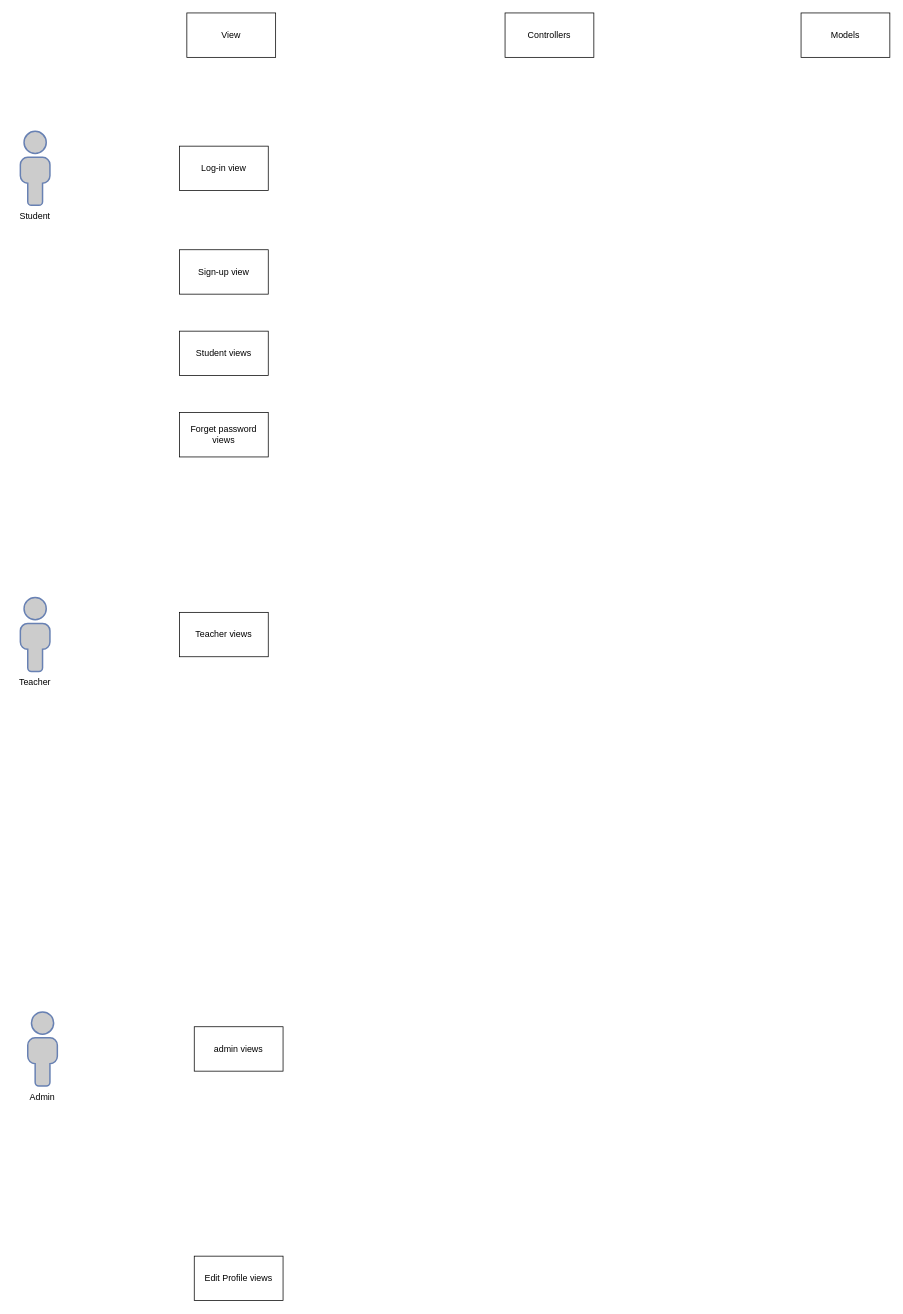
Abbsokhan/Abbasokhan keeps this draw.io diagram as Untitled Diagram.drawio. Above is the earlier version. Source tidied: cells renumbered, new cells numbered last; positions are measured from the earlier drawing's top-left corner, leaving out a move shared by most shapes. Both pictures are drawn from the tidied source at 74%, with x=0, y=0 at pixel (13, 13).
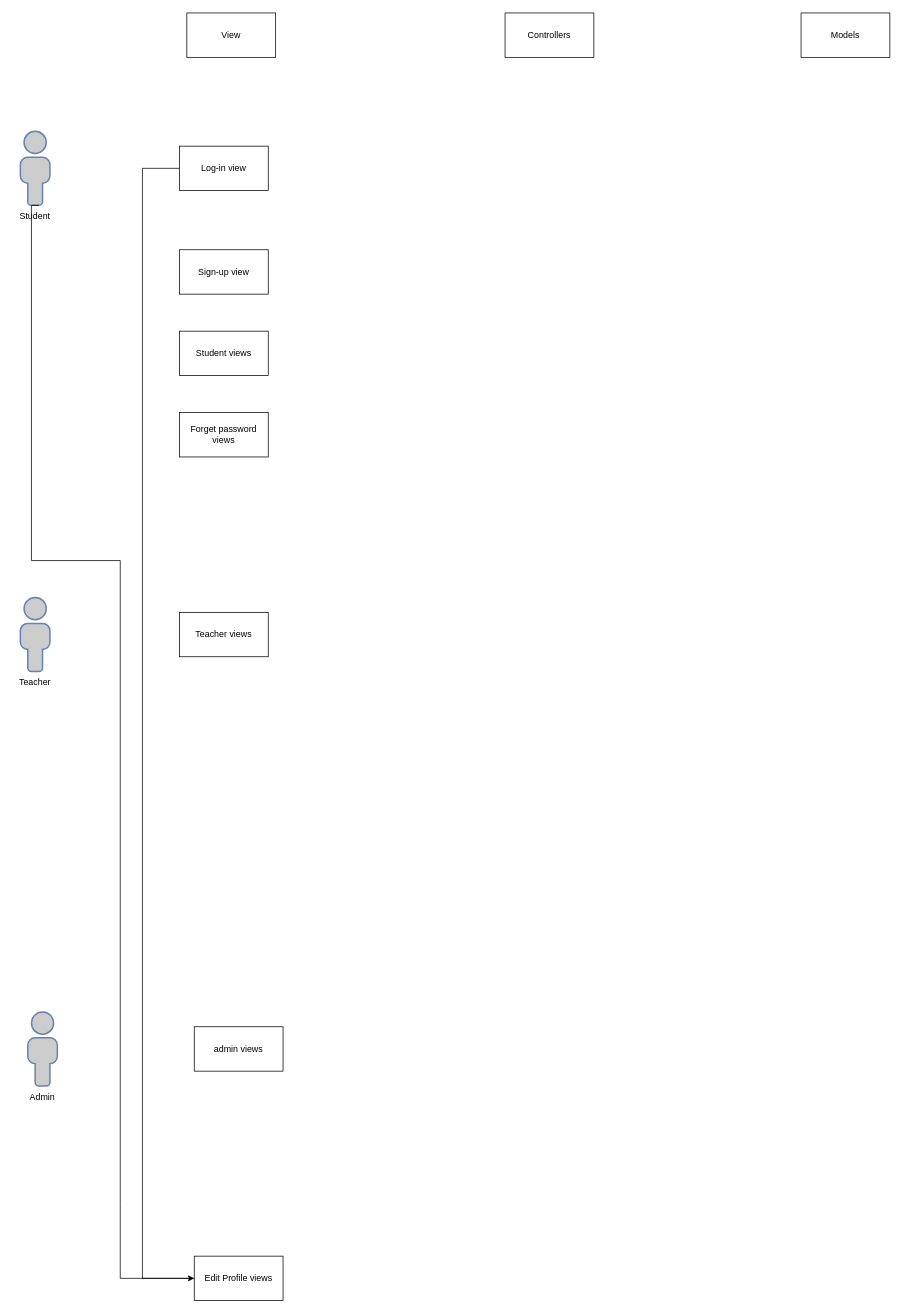
The same diagram, later.

The change refers to these unchanged cells:
```xml
<mxCell id="11" value="Log-in view" style="rounded=0;whiteSpace=wrap;html=1;shadow=0;" parent="1" vertex="1">
  <mxGeometry x="225" y="180" width="120" height="60" as="geometry" />
</mxCell>
<mxCell id="13" value="Edit Profile views" style="rounded=0;whiteSpace=wrap;html=1;shadow=0;" parent="1" vertex="1">
  <mxGeometry x="245" y="1680" width="120" height="60" as="geometry" />
</mxCell>
```

Change to the diagram source:
```diff
@@
+    <mxCell id="18" style="edgeStyle=orthogonalEdgeStyle;rounded=0;jettySize=auto;html=1;" parent="1" edge="1" source="11">
+      <mxGeometry relative="1" as="geometry">
+        <mxPoint x="245" y="1710" as="targetPoint" />
+        <Array as="points">
+          <mxPoint x="175" y="210" />
+          <mxPoint x="175" y="1710" />
+        </Array>
+      </mxGeometry>
+    </mxCell>
@@
+    <mxCell id="19" style="endArrow=none;html=1;rounded=0;exitX=0;exitY=0.5;exitDx=0;exitDy=0;" parent="1" edge="1" source="13">
+      <mxGeometry relative="1" as="geometry">
+        <mxPoint x="35" y="260" as="targetPoint" />
+        <Array as="points">
+          <mxPoint x="145" y="1710" />
+          <mxPoint x="145" y="1610" />
+          <mxPoint x="145" y="740" />
+          <mxPoint x="25" y="740" />
+          <mxPoint x="25" y="260" />
+        </Array>
+      </mxGeometry>
+    </mxCell>
```
